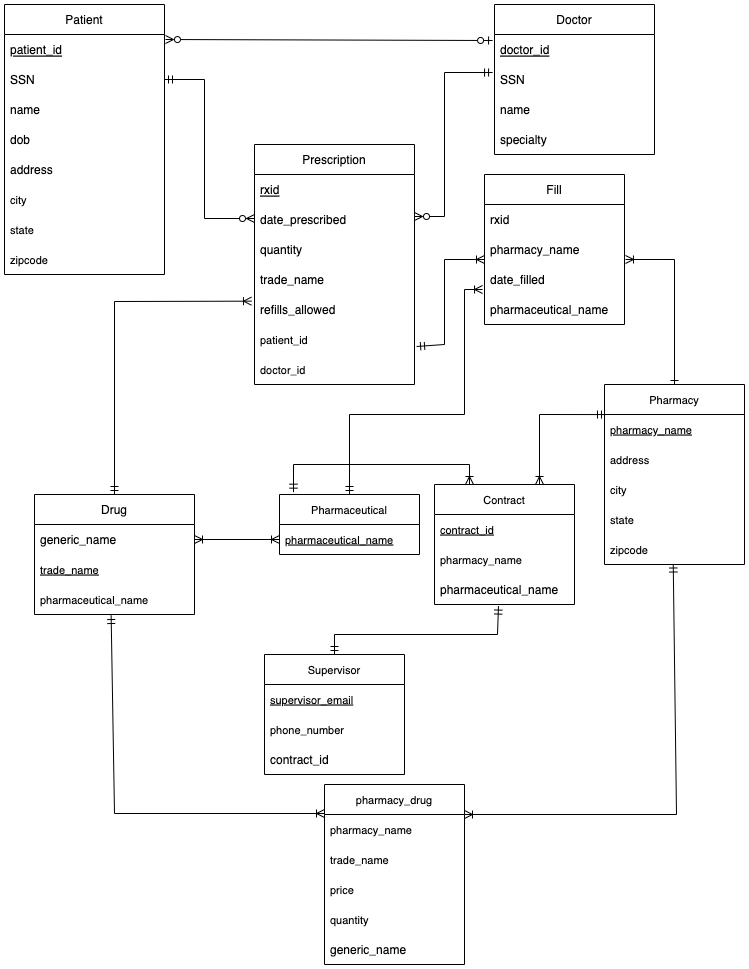
This is P1Project.drawio.png from mattf4171/pharmaceuticalDB, a draw.io export, as it was before one commit. Source tidied: cells renumbered, new cells last; positions are measured from the earlier drawing's top-left corner, leaving out a move shared by most shapes.
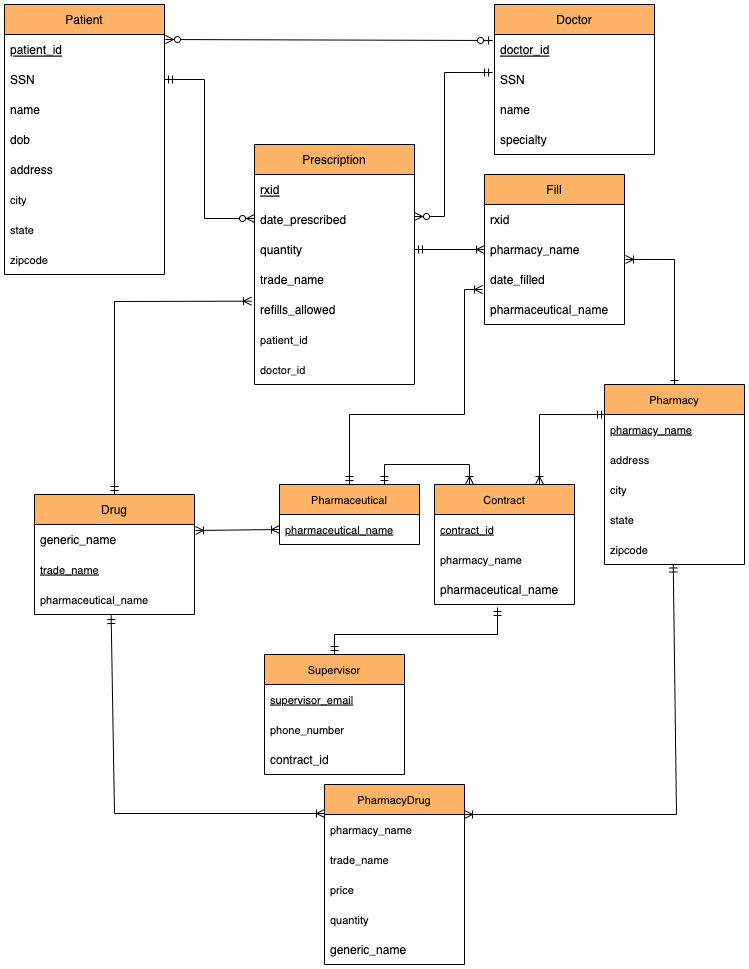
After the change.

Change to the diagram source:
```diff
@@ -2,7 +2,7 @@
   <root>
     <mxCell id="0" />
     <mxCell id="1" parent="0" />
-    <mxCell id="2" value="Patient" style="swimlane;fontStyle=0;horizontal=1;startSize=30;" parent="1" vertex="1">
+    <mxCell id="2" value="Patient" style="swimlane;fontStyle=0;horizontal=1;startSize=30;labelBackgroundColor=none;fillColor=#FFB366;" parent="1" vertex="1">
       <mxGeometry width="160" height="270" as="geometry" />
     </mxCell>
     <mxCell id="3" value="patient_id" style="text;strokeColor=none;fillColor=none;align=left;verticalAlign=middle;spacingLeft=4;spacingRight=4;overflow=hidden;points=[[0,0.5],[1,0.5]];portConstraint=eastwest;fontStyle=4;" parent="2" vertex="1">
@@ -29,7 +29,7 @@
     <mxCell id="10" value="zipcode" style="text;strokeColor=none;fillColor=none;align=left;verticalAlign=middle;spacingLeft=4;spacingRight=4;overflow=hidden;fontSize=11;" parent="2" vertex="1">
       <mxGeometry y="240" width="160" height="30" as="geometry" />
     </mxCell>
-    <mxCell id="11" value="Doctor" style="swimlane;fontStyle=0;horizontal=1;startSize=30;" parent="1" vertex="1">
+    <mxCell id="11" value="Doctor" style="swimlane;fontStyle=0;horizontal=1;startSize=30;fillColor=#FFB366;" parent="1" vertex="1">
       <mxGeometry x="490" width="160" height="150" as="geometry" />
     </mxCell>
     <mxCell id="12" value="doctor_id" style="text;strokeColor=none;fillColor=none;align=left;verticalAlign=middle;spacingLeft=4;spacingRight=4;overflow=hidden;points=[[0,0.5],[1,0.5]];portConstraint=eastwest;fontStyle=4;" parent="11" vertex="1">
@@ -47,7 +47,7 @@
     <mxCell id="16" style="endArrow=ERzeroToOne;html=1;rounded=0;exitX=1.006;exitY=0.167;exitDx=0;exitDy=0;exitPerimeter=0;entryX=-0.012;entryY=0.2;entryDx=0;entryDy=0;entryPerimeter=0;endFill=0;startArrow=ERzeroToMany;startFill=0;" parent="1" edge="1" source="3" target="12">
       <mxGeometry relative="1" as="geometry" />
     </mxCell>
-    <mxCell id="17" value="Prescription" style="swimlane;fontStyle=0;horizontal=1;startSize=30;" parent="1" vertex="1">
+    <mxCell id="17" value="Prescription" style="swimlane;fontStyle=0;horizontal=1;startSize=30;fillColor=#FFB366;" parent="1" vertex="1">
       <mxGeometry x="250" y="140" width="160" height="240" as="geometry" />
     </mxCell>
     <mxCell id="18" value="rxid" style="text;strokeColor=none;fillColor=none;align=left;verticalAlign=middle;spacingLeft=4;spacingRight=4;overflow=hidden;fontStyle=4;" parent="17" vertex="1">
@@ -71,7 +71,7 @@
     <mxCell id="24" value="doctor_id" style="text;strokeColor=none;fillColor=none;align=left;verticalAlign=middle;spacingLeft=4;spacingRight=4;overflow=hidden;fontSize=11;" parent="17" vertex="1">
       <mxGeometry y="210" width="160" height="30" as="geometry" />
     </mxCell>
-    <mxCell id="25" value="Drug" style="swimlane;fontStyle=0;horizontal=1;startSize=30;" parent="1" vertex="1">
+    <mxCell id="25" value="Drug" style="swimlane;fontStyle=0;horizontal=1;startSize=30;fillColor=#FFB366;" parent="1" vertex="1">
       <mxGeometry x="30" y="490" width="160" height="120" as="geometry" />
     </mxCell>
     <mxCell id="26" value="generic_name" style="text;strokeColor=none;fillColor=none;align=left;verticalAlign=middle;spacingLeft=4;spacingRight=4;overflow=hidden;points=[[0,0.5],[1,0.5]];portConstraint=eastwest;fontStyle=0;" parent="25" vertex="1">
@@ -101,7 +101,7 @@
         </Array>
       </mxGeometry>
     </mxCell>
-    <mxCell id="31" value="Pharmacy" style="swimlane;fontStyle=0;horizontal=1;startSize=30;fontSize=11;" parent="1" vertex="1">
+    <mxCell id="31" value="Pharmacy" style="swimlane;fontStyle=0;horizontal=1;startSize=30;fontSize=11;fillColor=#FFB366;" parent="1" vertex="1">
       <mxGeometry x="600" y="380" width="140" height="180" as="geometry" />
     </mxCell>
     <mxCell id="32" value="pharmacy_name" style="text;strokeColor=none;fillColor=none;align=left;verticalAlign=middle;spacingLeft=4;spacingRight=4;overflow=hidden;fontSize=11;fontStyle=4;" parent="31" vertex="1">
@@ -119,13 +119,13 @@
     <mxCell id="36" value="zipcode" style="text;strokeColor=none;fillColor=none;align=left;verticalAlign=middle;spacingLeft=4;spacingRight=4;overflow=hidden;points=[[0,0.5],[1,0.5]];portConstraint=eastwest;fontSize=11;" parent="31" vertex="1">
       <mxGeometry y="150" width="140" height="30" as="geometry" />
     </mxCell>
-    <mxCell id="37" value="Pharmaceutical" style="swimlane;fontStyle=0;horizontal=1;startSize=30;fontSize=11;" parent="1" vertex="1">
-      <mxGeometry x="275" y="490" width="140" height="60" as="geometry" />
+    <mxCell id="37" value="Pharmaceutical" style="swimlane;fontStyle=0;horizontal=1;startSize=30;fontSize=11;fillColor=#FFB366;" parent="1" vertex="1">
+      <mxGeometry x="275" y="480" width="140" height="60" as="geometry" />
     </mxCell>
     <mxCell id="38" value="pharmaceutical_name" style="text;strokeColor=none;fillColor=none;align=left;verticalAlign=middle;spacingLeft=4;spacingRight=4;overflow=hidden;points=[[0,0.5],[1,0.5]];portConstraint=eastwest;fontSize=11;fontStyle=4;" parent="37" vertex="1">
       <mxGeometry y="30" width="140" height="30" as="geometry" />
     </mxCell>
-    <mxCell id="39" value="Supervisor" style="swimlane;fontStyle=0;horizontal=1;startSize=30;fontSize=11;" parent="1" vertex="1">
+    <mxCell id="39" value="Supervisor" style="swimlane;fontStyle=0;horizontal=1;startSize=30;fontSize=11;fillColor=#FFB366;" parent="1" vertex="1">
       <mxGeometry x="260" y="650" width="140" height="120" as="geometry" />
     </mxCell>
     <mxCell id="40" value="supervisor_email" style="text;strokeColor=none;fillColor=none;align=left;verticalAlign=middle;spacingLeft=4;spacingRight=4;overflow=hidden;fontSize=11;fontStyle=4;" parent="39" vertex="1">
@@ -137,7 +137,7 @@
     <mxCell id="42" value="contract_id" style="text;strokeColor=none;fillColor=none;align=left;verticalAlign=middle;spacingLeft=4;spacingRight=4;overflow=hidden;" parent="39" vertex="1">
       <mxGeometry y="90" width="140" height="30" as="geometry" />
     </mxCell>
-    <mxCell id="43" style="endArrow=ERmandOne;html=1;rounded=0;fontSize=11;entryX=0.5;entryY=0;entryDx=0;entryDy=0;endFill=0;exitX=0.457;exitY=1.052;exitDx=0;exitDy=0;exitPerimeter=0;startArrow=ERmandOne;startFill=0;" parent="1" edge="1" source="57" target="39">
+    <mxCell id="43" style="endArrow=ERmandOne;html=1;rounded=0;fontSize=11;entryX=0.5;entryY=0;entryDx=0;entryDy=0;endFill=0;startArrow=ERmandOne;startFill=0;exitX=0.45;exitY=1.1;exitDx=0;exitDy=0;exitPerimeter=0;" parent="1" edge="1" source="57" target="39">
       <mxGeometry relative="1" as="geometry">
         <Array as="points">
           <mxPoint x="493" y="630" />
@@ -145,7 +145,7 @@
         </Array>
       </mxGeometry>
     </mxCell>
-    <mxCell id="44" value="pharmacy_drug" style="swimlane;fontStyle=0;horizontal=1;startSize=30;fontSize=11;" parent="1" vertex="1">
+    <mxCell id="44" value="PharmacyDrug" style="swimlane;fontStyle=0;horizontal=1;startSize=30;fontSize=11;fillColor=#FFB366;" parent="1" vertex="1">
       <mxGeometry x="320" y="780" width="140" height="180" as="geometry" />
     </mxCell>
     <mxCell id="45" value="pharmacy_name" style="text;strokeColor=none;fillColor=none;align=left;verticalAlign=middle;spacingLeft=4;spacingRight=4;overflow=hidden;fontSize=11;fontStyle=0;" parent="44" vertex="1">
@@ -193,7 +193,7 @@
         </Array>
       </mxGeometry>
     </mxCell>
-    <mxCell id="54" value="Contract" style="swimlane;fontStyle=0;horizontal=1;startSize=30;fontSize=11;" parent="1" vertex="1">
+    <mxCell id="54" value="Contract" style="swimlane;fontStyle=0;horizontal=1;startSize=30;fontSize=11;fillColor=#FFB366;" parent="1" vertex="1">
       <mxGeometry x="430" y="480" width="140" height="120" as="geometry" />
     </mxCell>
     <mxCell id="55" value="contract_id" style="text;strokeColor=none;fillColor=none;align=left;verticalAlign=middle;spacingLeft=4;spacingRight=4;overflow=hidden;fontSize=11;fontStyle=4;" parent="54" vertex="1">
@@ -212,18 +212,18 @@
         </Array>
       </mxGeometry>
     </mxCell>
-    <mxCell id="59" style="endArrow=ERmandOne;html=1;rounded=0;fontSize=11;exitX=0.25;exitY=0;exitDx=0;exitDy=0;startArrow=ERoneToMany;startFill=0;endFill=0;entryX=0.1;entryY=-0.039;entryDx=0;entryDy=0;entryPerimeter=0;" parent="1" edge="1" source="54" target="37">
+    <mxCell id="59" style="endArrow=ERmandOne;html=1;rounded=0;fontSize=11;exitX=0.25;exitY=0;exitDx=0;exitDy=0;startArrow=ERoneToMany;startFill=0;endFill=0;entryX=0.75;entryY=0;entryDx=0;entryDy=0;" parent="1" edge="1" source="54" target="37">
       <mxGeometry relative="1" as="geometry">
         <Array as="points">
           <mxPoint x="465" y="460" />
-          <mxPoint x="289" y="460" />
+          <mxPoint x="380" y="460" />
         </Array>
       </mxGeometry>
     </mxCell>
-    <mxCell id="60" style="endArrow=ERoneToMany;html=1;rounded=0;fontSize=11;exitX=1;exitY=0.5;exitDx=0;exitDy=0;entryX=0;entryY=0.5;entryDx=0;entryDy=0;endFill=0;startArrow=ERoneToMany;startFill=0;" parent="1" edge="1" source="26" target="38">
+    <mxCell id="60" style="endArrow=ERoneToMany;html=1;rounded=0;fontSize=11;exitX=1.006;exitY=0.2;exitDx=0;exitDy=0;endFill=0;startArrow=ERoneToMany;startFill=0;exitPerimeter=0;entryX=0;entryY=0.5;entryDx=0;entryDy=0;" parent="1" edge="1" source="26" target="38">
       <mxGeometry relative="1" as="geometry" />
     </mxCell>
-    <mxCell id="61" value="Fill" style="swimlane;fontStyle=0;horizontal=1;startSize=30;" parent="1" vertex="1">
+    <mxCell id="61" value="Fill" style="swimlane;fontStyle=0;horizontal=1;startSize=30;fillColor=#FFB366;" parent="1" vertex="1">
       <mxGeometry x="480" y="170" width="140" height="150" as="geometry" />
     </mxCell>
     <mxCell id="62" value="rxid" style="text;strokeColor=none;fillColor=none;align=left;verticalAlign=middle;spacingLeft=4;spacingRight=4;overflow=hidden;fontStyle=0;" parent="61" vertex="1">
@@ -238,14 +238,8 @@
     <mxCell id="65" value="pharmaceutical_name" style="text;strokeColor=none;fillColor=none;align=left;verticalAlign=middle;spacingLeft=4;spacingRight=4;overflow=hidden;fontStyle=0;" parent="61" vertex="1">
       <mxGeometry y="120" width="140" height="30" as="geometry" />
     </mxCell>
-    <mxCell id="66" style="endArrow=ERoneToMany;html=1;rounded=0;startArrow=ERmandOne;startFill=0;endFill=0;exitX=1.013;exitY=0.733;exitDx=0;exitDy=0;exitPerimeter=0;" parent="1" edge="1" source="23">
-      <mxGeometry relative="1" as="geometry">
-        <mxPoint x="480" y="255" as="targetPoint" />
-        <Array as="points">
-          <mxPoint x="440" y="340" />
-          <mxPoint x="440" y="255" />
-        </Array>
-      </mxGeometry>
+    <mxCell id="66" style="endArrow=ERoneToMany;html=1;rounded=0;startArrow=ERmandOne;startFill=0;endFill=0;exitX=1;exitY=0.5;exitDx=0;exitDy=0;entryX=0;entryY=0.5;entryDx=0;entryDy=0;" parent="1" edge="1" source="20" target="63">
+      <mxGeometry relative="1" as="geometry" />
     </mxCell>
     <mxCell id="67" style="endArrow=ERoneToMany;html=1;rounded=0;exitX=0.5;exitY=0;exitDx=0;exitDy=0;entryX=-0.014;entryY=0.833;entryDx=0;entryDy=0;endFill=0;startArrow=ERmandOne;startFill=0;entryPerimeter=0;" parent="1" edge="1" source="37">
       <mxGeometry relative="1" as="geometry">
```
